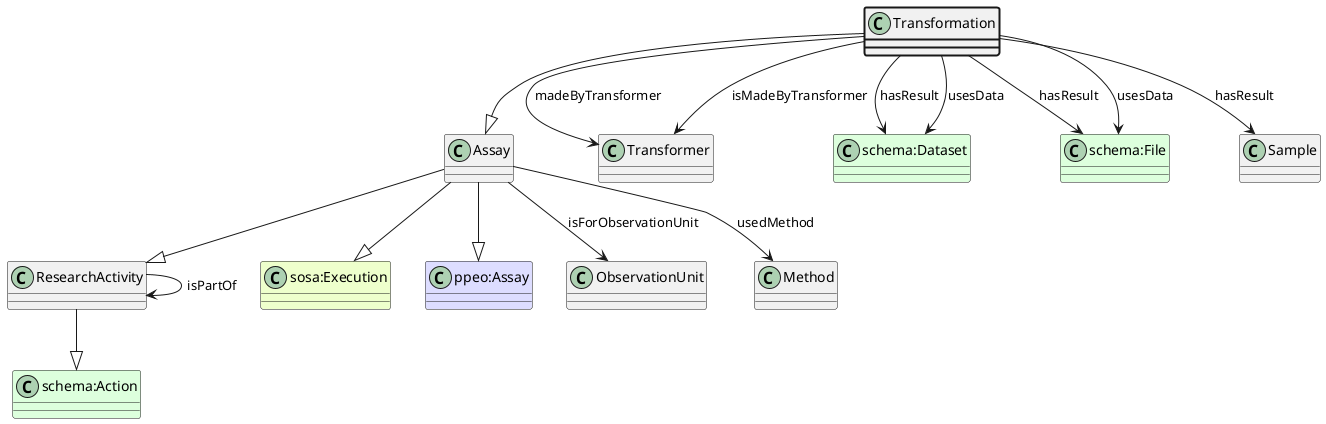
The PlantUML diagram ttl_uml/ttl_appn_Transformation.png in aus-plant-phenomics-network/appn-schema, before a commit.
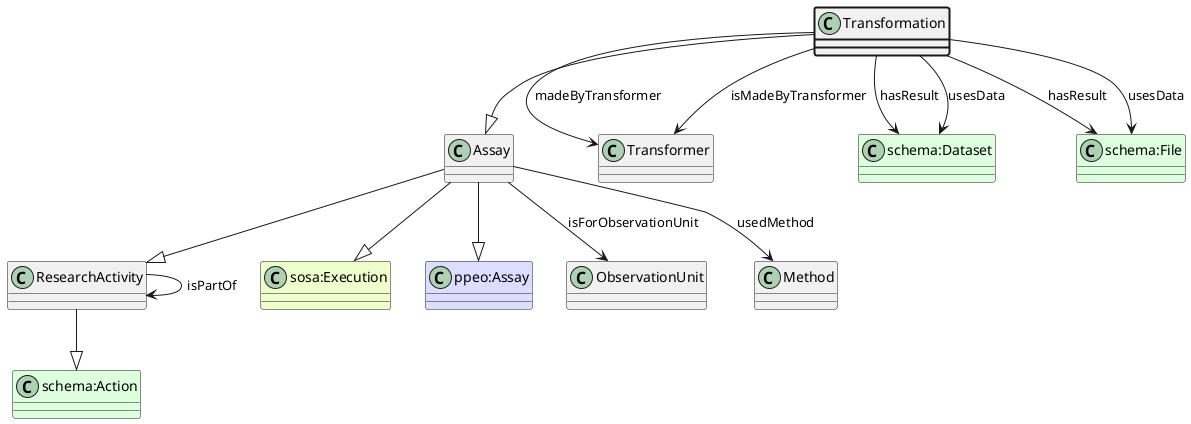
Later version of the same file.

The edit, as a diff of the source:
```diff
@@ -16,8 +16,6 @@
 Transformation --> "schema:Dataset" : hasResult
 class "schema:File" #DDFFDD
 Transformation --> "schema:File" : hasResult
-class Sample
-Transformation --> Sample : hasResult
 class "schema:Dataset" #DDFFDD
 Transformation --> "schema:Dataset" : usesData
 class "schema:File" #DDFFDD
```
